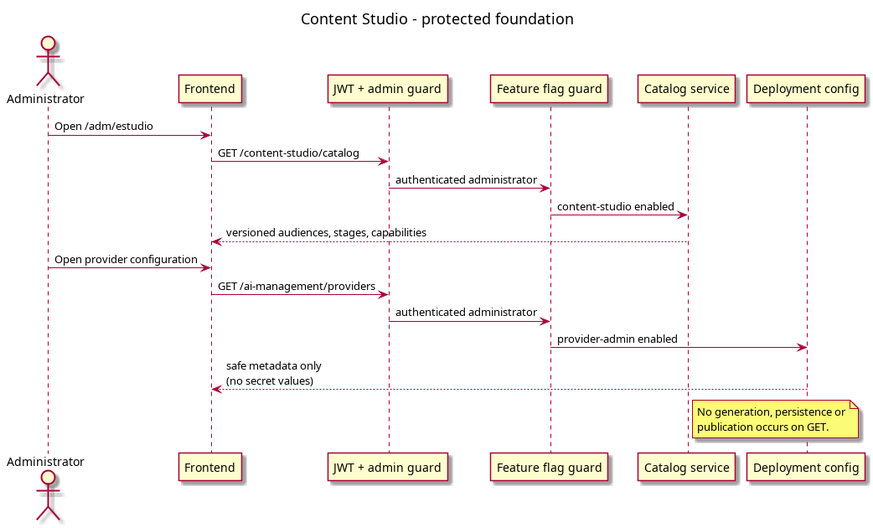
orfanatonib/orfanatonib-api keeps this PlantUML diagram as docs/diagrams/flow/content-studio/content-studio-foundation.png. Above is the earlier version. Its source is kept beside it as docs/diagrams/flow/content-studio/content-studio-foundation.puml.
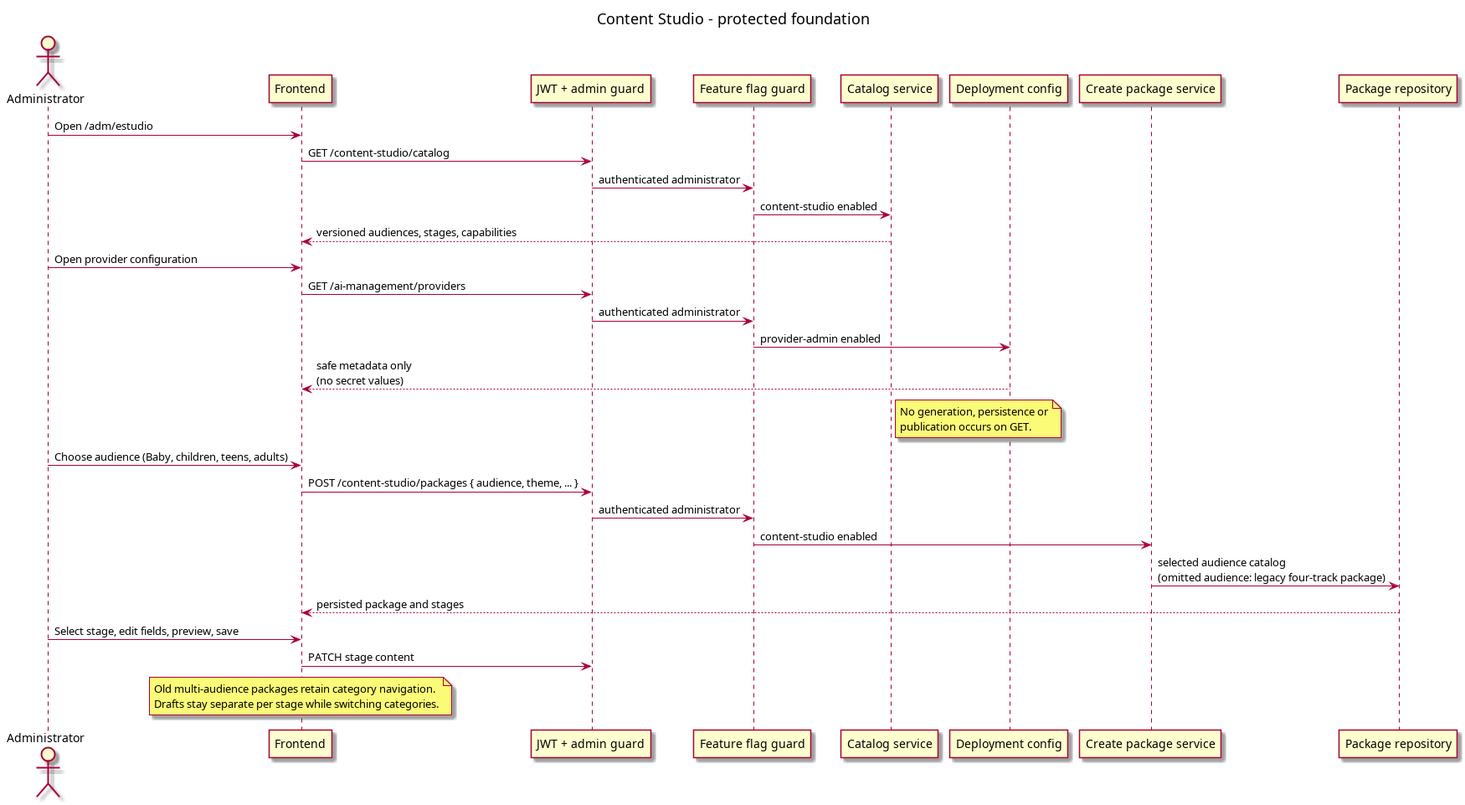
After the change.

Diff of the diagram source:
```diff
@@ -25,4 +25,17 @@
 publication occurs on GET.
 end note
 
+Administrator -> Frontend: Choose audience (Baby, children, teens, adults)
+Frontend -> Auth: POST /content-studio/packages { audience, theme, ... }
+Auth -> Flag: authenticated administrator
+Flag -> "Create package service": content-studio enabled
+"Create package service" -> "Package repository": selected audience catalog\n(omitted audience: legacy four-track package)
+"Package repository" --> Frontend: persisted package and stages
+Administrator -> Frontend: Select stage, edit fields, preview, save
+Frontend -> Auth: PATCH stage content
+note over Frontend
+Old multi-audience packages retain category navigation.
+Drafts stay separate per stage while switching categories.
+end note
+
 @enduml
```
